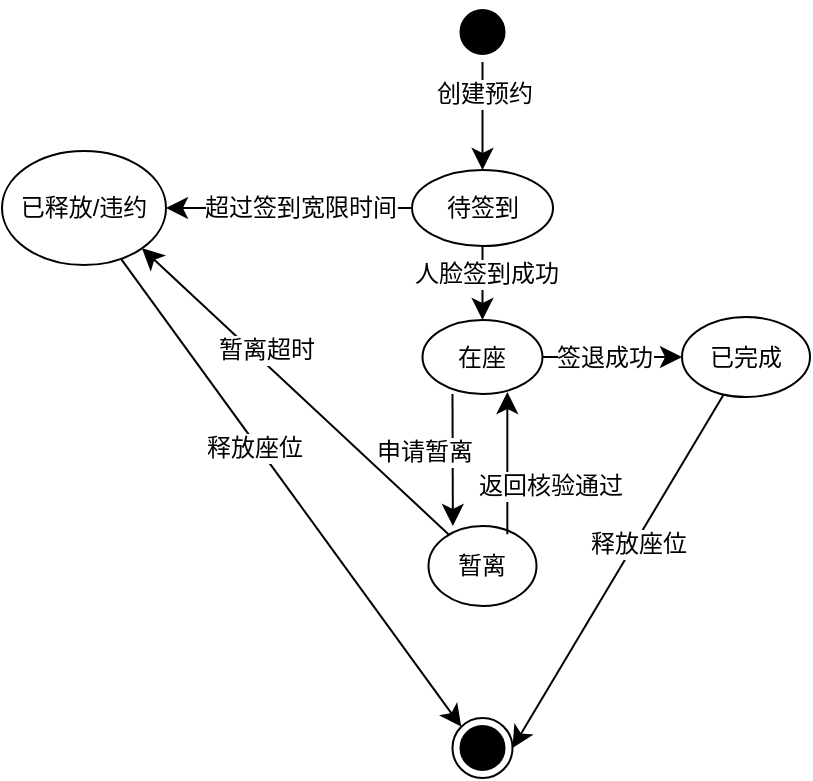
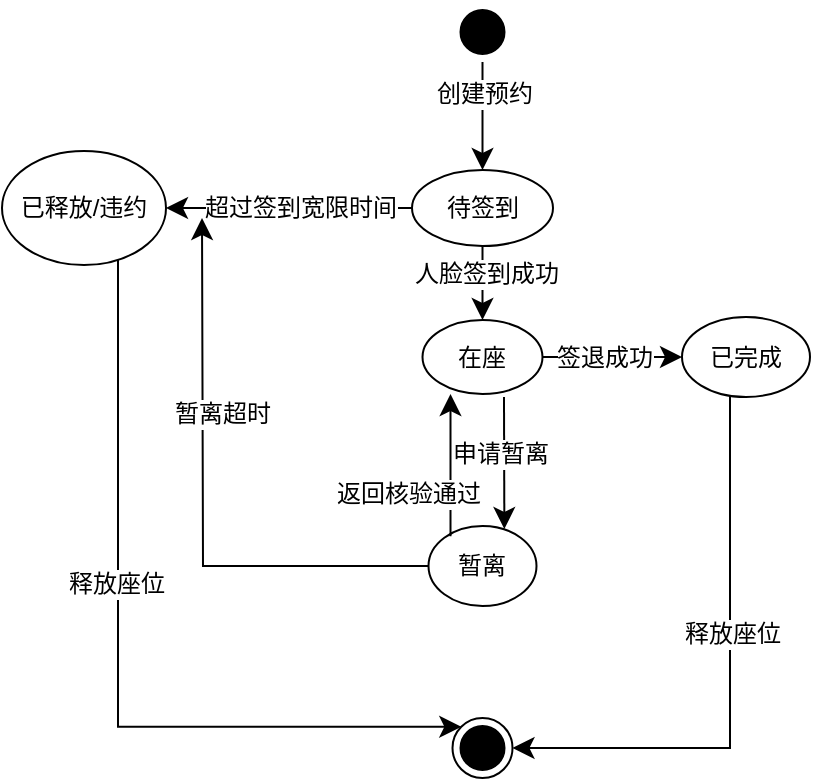
<mxfile host="app.diagrams.net">
  <diagram name="Page-1" id="R_qFgNZ_0z-VYqzUTVwr">
-     <mxGraphModel dx="1364" dy="1083" grid="0" gridSize="10" guides="1" tooltips="1" connect="1" arrows="1" fold="1" page="0" pageScale="1" pageWidth="827" pageHeight="1169" math="0" shadow="0">
+     <mxGraphModel dx="1221" dy="1032" grid="0" gridSize="10" guides="1" tooltips="1" connect="1" arrows="1" fold="1" page="0" pageScale="1" pageWidth="827" pageHeight="1169" math="0" shadow="0">
      <root>
        <mxCell id="0" />
        <mxCell id="1" parent="0" />
        <mxCell id="Nq35XBhJf9lEH7dV8HiH-9" edge="1" parent="1" source="Nq35XBhJf9lEH7dV8HiH-1" style="edgeStyle=none;curved=1;rounded=0;orthogonalLoop=1;jettySize=auto;html=1;exitX=0.5;exitY=1;exitDx=0;exitDy=0;entryX=0.5;entryY=0;entryDx=0;entryDy=0;fontSize=12;startSize=8;endSize=8;" target="Nq35XBhJf9lEH7dV8HiH-3">
          <mxGeometry relative="1" as="geometry" />
        </mxCell>
        <mxCell id="Nq35XBhJf9lEH7dV8HiH-11" connectable="0" parent="Nq35XBhJf9lEH7dV8HiH-9" style="edgeLabel;html=1;align=center;verticalAlign=middle;resizable=0;points=[];fontSize=12;" value="创建预约" vertex="1">
          <mxGeometry relative="1" x="-0.4039" as="geometry">
            <mxPoint as="offset" />
          </mxGeometry>
        </mxCell>
        <mxCell id="Nq35XBhJf9lEH7dV8HiH-1" parent="1" style="ellipse;html=1;shape=startState;fillColor=#000000;strokeColor=#000000;" value="" vertex="1">
          <mxGeometry height="30" width="30" x="151.25" y="-197" as="geometry" />
        </mxCell>
        <mxCell id="Nq35XBhJf9lEH7dV8HiH-12" edge="1" parent="1" source="Nq35XBhJf9lEH7dV8HiH-3" style="edgeStyle=none;curved=1;rounded=0;orthogonalLoop=1;jettySize=auto;html=1;exitX=0.5;exitY=1;exitDx=0;exitDy=0;fontSize=12;startSize=8;endSize=8;" target="Nq35XBhJf9lEH7dV8HiH-4">
          <mxGeometry relative="1" as="geometry" />
        </mxCell>
        <mxCell id="Nq35XBhJf9lEH7dV8HiH-13" connectable="0" parent="Nq35XBhJf9lEH7dV8HiH-12" style="edgeLabel;html=1;align=center;verticalAlign=middle;resizable=0;points=[];fontSize=12;" value="人脸签到成功" vertex="1">
          <mxGeometry relative="1" x="-0.2679" y="1" as="geometry">
            <mxPoint as="offset" />
          </mxGeometry>
        </mxCell>
        <mxCell id="Nq35XBhJf9lEH7dV8HiH-14" edge="1" parent="1" source="Nq35XBhJf9lEH7dV8HiH-3" style="edgeStyle=none;curved=1;rounded=0;orthogonalLoop=1;jettySize=auto;html=1;exitX=1;exitY=0.5;exitDx=0;exitDy=0;fontSize=12;startSize=8;endSize=8;" target="Nq35XBhJf9lEH7dV8HiH-7">
          <mxGeometry relative="1" as="geometry" />
        </mxCell>
        <mxCell id="Nq35XBhJf9lEH7dV8HiH-34" connectable="0" parent="Nq35XBhJf9lEH7dV8HiH-14" style="edgeLabel;html=1;align=center;verticalAlign=middle;resizable=0;points=[];fontSize=12;" value="超过签到宽限时间" vertex="1">
          <mxGeometry relative="1" x="0.4396" as="geometry">
            <mxPoint x="13" as="offset" />
          </mxGeometry>
        </mxCell>
        <mxCell id="Nq35XBhJf9lEH7dV8HiH-3" parent="1" style="ellipse;whiteSpace=wrap;html=1;" value="待签到" vertex="1">
          <mxGeometry height="38" width="70.5" x="131" y="-113" as="geometry" />
        </mxCell>
        <mxCell id="Nq35XBhJf9lEH7dV8HiH-16" edge="1" parent="1" style="edgeStyle=none;curved=1;rounded=0;orthogonalLoop=1;jettySize=auto;html=1;entryX=0.5;entryY=0;entryDx=0;entryDy=0;fontSize=12;startSize=8;endSize=8;">
          <mxGeometry relative="1" as="geometry">
-             <mxPoint x="151.24683509723633" y="-1.000344820863802" as="sourcePoint" />
-             <mxPoint x="151.43" y="65" as="targetPoint" />
+             <mxPoint x="176.99683509723633" y="0.49965517913619806" as="sourcePoint" />
+             <mxPoint x="177.18" y="66.5" as="targetPoint" />
          </mxGeometry>
        </mxCell>
        <mxCell id="Nq35XBhJf9lEH7dV8HiH-17" connectable="0" parent="Nq35XBhJf9lEH7dV8HiH-16" style="edgeLabel;html=1;align=center;verticalAlign=middle;resizable=0;points=[];fontSize=12;" value="申请暂离" vertex="1">
          <mxGeometry relative="1" x="-0.147" y="1" as="geometry">
-             <mxPoint x="-16" y="1" as="offset" />
+             <mxPoint x="-3" as="offset" />
          </mxGeometry>
        </mxCell>
        <mxCell id="Nq35XBhJf9lEH7dV8HiH-32" edge="1" parent="1" source="Nq35XBhJf9lEH7dV8HiH-4" style="edgeStyle=none;curved=1;rounded=0;orthogonalLoop=1;jettySize=auto;html=1;exitX=1;exitY=0.5;exitDx=0;exitDy=0;entryX=0;entryY=0.5;entryDx=0;entryDy=0;fontSize=12;startSize=8;endSize=8;" target="Nq35XBhJf9lEH7dV8HiH-6">
          <mxGeometry relative="1" as="geometry" />
        </mxCell>
        <mxCell id="Nq35XBhJf9lEH7dV8HiH-33" connectable="0" parent="Nq35XBhJf9lEH7dV8HiH-32" style="edgeLabel;html=1;align=center;verticalAlign=middle;resizable=0;points=[];fontSize=12;" value="签退成功" vertex="1">
          <mxGeometry relative="1" x="-0.298" y="-2" as="geometry">
            <mxPoint x="6" y="-2" as="offset" />
          </mxGeometry>
        </mxCell>
        <mxCell id="Nq35XBhJf9lEH7dV8HiH-4" parent="1" style="ellipse;whiteSpace=wrap;html=1;" value="在座" vertex="1">
          <mxGeometry height="37" width="60" x="136.25" y="-38" as="geometry" />
        </mxCell>
-         <mxCell id="Nq35XBhJf9lEH7dV8HiH-30" edge="1" parent="1" source="Nq35XBhJf9lEH7dV8HiH-5" style="edgeStyle=none;curved=1;rounded=0;orthogonalLoop=1;jettySize=auto;html=1;entryX=1;entryY=1;entryDx=0;entryDy=0;fontSize=12;startSize=8;endSize=8;" target="Nq35XBhJf9lEH7dV8HiH-7">
-           <mxGeometry relative="1" as="geometry" />
+         <mxCell id="Nq35XBhJf9lEH7dV8HiH-30" edge="1" parent="1" source="Nq35XBhJf9lEH7dV8HiH-5" style="edgeStyle=orthogonalEdgeStyle;rounded=0;orthogonalLoop=1;jettySize=auto;html=1;fontSize=12;startSize=8;endSize=8;">
+           <mxGeometry relative="1" as="geometry">
+             <mxPoint x="26" y="-89" as="targetPoint" />
+           </mxGeometry>
        </mxCell>
        <mxCell id="Nq35XBhJf9lEH7dV8HiH-31" connectable="0" parent="Nq35XBhJf9lEH7dV8HiH-30" style="edgeLabel;html=1;align=center;verticalAlign=middle;resizable=0;points=[];fontSize=12;" value="暂离超时" vertex="1">
          <mxGeometry relative="1" x="0.3178" y="3" as="geometry">
            <mxPoint x="12" as="offset" />
          </mxGeometry>
        </mxCell>
        <mxCell id="Nq35XBhJf9lEH7dV8HiH-5" parent="1" style="ellipse;whiteSpace=wrap;html=1;" value="暂离" vertex="1">
          <mxGeometry height="40" width="54" x="139.25" y="65" as="geometry" />
        </mxCell>
-         <mxCell id="Nq35XBhJf9lEH7dV8HiH-35" edge="1" parent="1" source="Nq35XBhJf9lEH7dV8HiH-6" style="edgeStyle=none;curved=1;rounded=0;orthogonalLoop=1;jettySize=auto;html=1;entryX=1;entryY=0.5;entryDx=0;entryDy=0;fontSize=12;startSize=8;endSize=8;" target="Nq35XBhJf9lEH7dV8HiH-8">
-           <mxGeometry relative="1" as="geometry" />
+         <mxCell id="Nq35XBhJf9lEH7dV8HiH-35" edge="1" parent="1" source="Nq35XBhJf9lEH7dV8HiH-6" style="edgeStyle=orthogonalEdgeStyle;rounded=0;orthogonalLoop=1;jettySize=auto;html=1;entryX=1;entryY=0.5;entryDx=0;entryDy=0;fontSize=12;startSize=8;endSize=8;" target="Nq35XBhJf9lEH7dV8HiH-8">
+           <mxGeometry relative="1" as="geometry">
+             <Array as="points">
+               <mxPoint x="290" y="176" />
+             </Array>
+           </mxGeometry>
        </mxCell>
        <mxCell id="Nq35XBhJf9lEH7dV8HiH-37" connectable="0" parent="Nq35XBhJf9lEH7dV8HiH-35" style="edgeLabel;html=1;align=center;verticalAlign=middle;resizable=0;points=[];fontSize=12;" value="释放座位" vertex="1">
          <mxGeometry relative="1" x="-0.166" y="1" as="geometry">
            <mxPoint as="offset" />
          </mxGeometry>
        </mxCell>
        <mxCell id="Nq35XBhJf9lEH7dV8HiH-6" parent="1" style="ellipse;whiteSpace=wrap;html=1;" value="已完成" vertex="1">
          <mxGeometry height="40" width="64" x="266" y="-39.5" as="geometry" />
        </mxCell>
-         <mxCell id="Nq35XBhJf9lEH7dV8HiH-36" edge="1" parent="1" source="Nq35XBhJf9lEH7dV8HiH-7" style="edgeStyle=none;curved=1;rounded=0;orthogonalLoop=1;jettySize=auto;html=1;entryX=0;entryY=0;entryDx=0;entryDy=0;fontSize=12;startSize=8;endSize=8;" target="Nq35XBhJf9lEH7dV8HiH-8">
-           <mxGeometry relative="1" as="geometry" />
+         <mxCell id="Nq35XBhJf9lEH7dV8HiH-36" edge="1" parent="1" source="Nq35XBhJf9lEH7dV8HiH-7" style="edgeStyle=orthogonalEdgeStyle;rounded=0;orthogonalLoop=1;jettySize=auto;html=1;entryX=0;entryY=0;entryDx=0;entryDy=0;fontSize=12;startSize=8;endSize=8;" target="Nq35XBhJf9lEH7dV8HiH-8">
+           <mxGeometry relative="1" as="geometry">
+             <Array as="points">
+               <mxPoint x="-16" y="165" />
+             </Array>
+           </mxGeometry>
        </mxCell>
        <mxCell id="Nq35XBhJf9lEH7dV8HiH-38" connectable="0" parent="Nq35XBhJf9lEH7dV8HiH-36" style="edgeLabel;html=1;align=center;verticalAlign=middle;resizable=0;points=[];fontSize=12;" value="释放座位" vertex="1">
          <mxGeometry relative="1" x="-0.2081" y="-1" as="geometry">
            <mxPoint y="1" as="offset" />
          </mxGeometry>
        </mxCell>
        <mxCell id="Nq35XBhJf9lEH7dV8HiH-7" parent="1" style="ellipse;whiteSpace=wrap;html=1;" value="已释放/违约" vertex="1">
          <mxGeometry height="57" width="82" x="-74" y="-122.5" as="geometry" />
        </mxCell>
        <mxCell id="Nq35XBhJf9lEH7dV8HiH-8" parent="1" style="ellipse;html=1;shape=endState;fillColor=#000000;strokeColor=#000000;" value="" vertex="1">
          <mxGeometry height="30" width="30" x="151.25" y="161" as="geometry" />
        </mxCell>
-         <mxCell id="Nq35XBhJf9lEH7dV8HiH-27" edge="1" parent="1" source="Nq35XBhJf9lEH7dV8HiH-5" style="rounded=0;orthogonalLoop=1;jettySize=auto;html=1;entryX=0.707;entryY=0.973;entryDx=0;entryDy=0;fontSize=12;startSize=8;endSize=8;exitX=0.73;exitY=0.103;exitDx=0;exitDy=0;entryPerimeter=0;exitPerimeter=0;" target="Nq35XBhJf9lEH7dV8HiH-4">
+         <mxCell id="Nq35XBhJf9lEH7dV8HiH-27" edge="1" parent="1" style="rounded=0;orthogonalLoop=1;jettySize=auto;html=1;entryX=0.707;entryY=0.973;entryDx=0;entryDy=0;fontSize=12;startSize=8;endSize=8;exitX=0.73;exitY=0.103;exitDx=0;exitDy=0;entryPerimeter=0;exitPerimeter=0;">
          <mxGeometry relative="1" as="geometry">
-             <mxPoint x="185.58293399464935" y="70.77029950401311" as="sourcePoint" />
-             <mxPoint x="181.25" y="-3.6639999999999873" as="targetPoint" />
+             <mxPoint x="150.25000000000006" y="70.11999999999989" as="sourcePoint" />
+             <mxPoint x="150.25000000000006" y="-0.9990000000000236" as="targetPoint" />
          </mxGeometry>
        </mxCell>
        <mxCell id="Nq35XBhJf9lEH7dV8HiH-28" connectable="0" parent="Nq35XBhJf9lEH7dV8HiH-27" style="edgeLabel;html=1;align=center;verticalAlign=middle;resizable=0;points=[];fontSize=12;" value="返回核验通过" vertex="1">
          <mxGeometry relative="1" x="0.0001" y="-3" as="geometry">
-             <mxPoint x="18" y="11" as="offset" />
+             <mxPoint x="-25" y="14" as="offset" />
          </mxGeometry>
        </mxCell>
      </root>
    </mxGraphModel>
  </diagram>
</mxfile>
